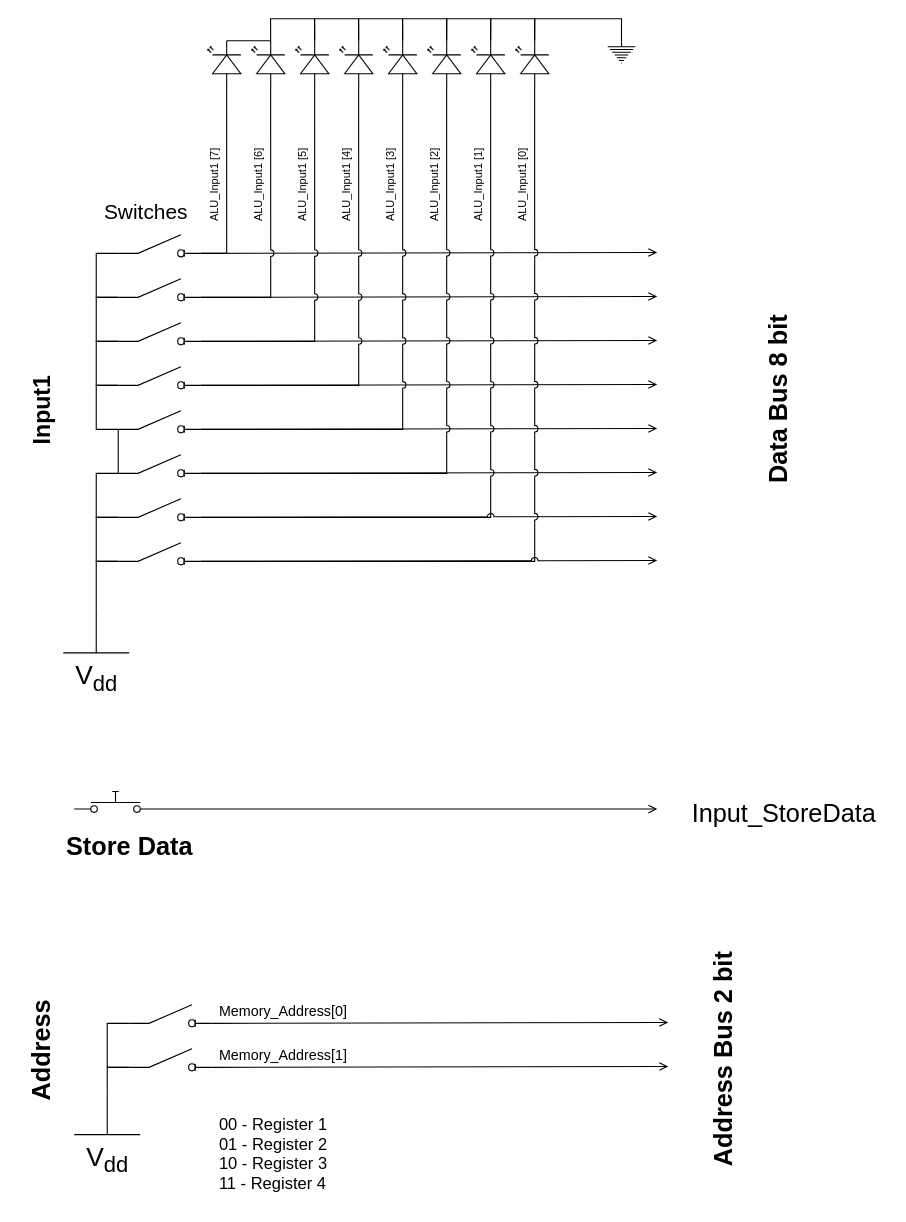
Above: page "Input" (4 of 5) of 01_InitialDesign/BasicDesign.drawio in Vichu95/Basic_CPU_FPGA (draw.io), before the change. Source tidied: cells renumbered, new cells numbered last; positions are measured from the earlier drawing's top-left corner, leaving out a move shared by most shapes. Both pictures are drawn from the tidied source at 110%, with x=0, y=0 at pixel (-25, -107).
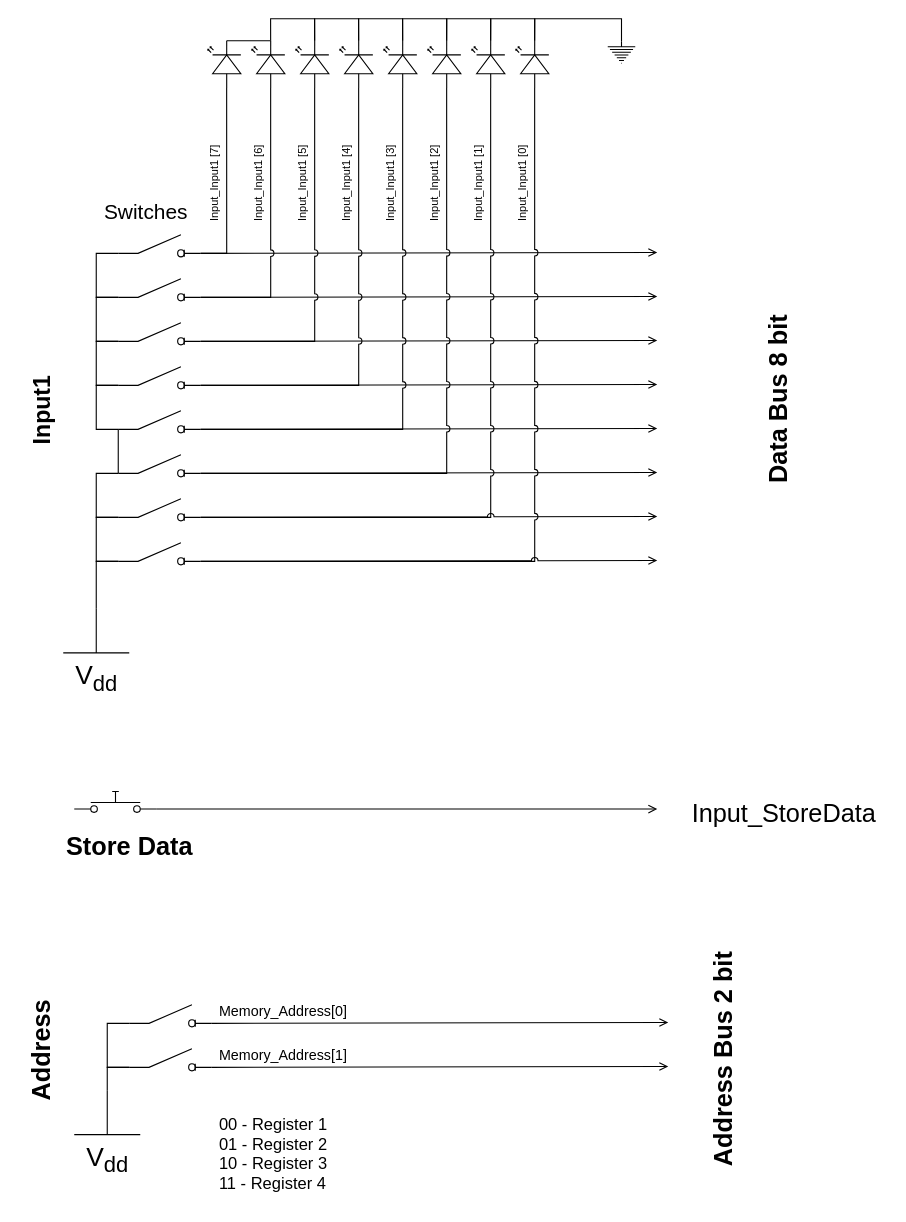
The same page after the edit.

Diff of the diagram source:
```diff
@@
-    <mxCell id="54" value="&lt;font style=&quot;font-size: 10px;&quot;&gt;ALU_Input1 [7]&lt;/font&gt;" style="text;whiteSpace=wrap;html=1;fontSize=15;fontFamily=Helvetica;fontColor=default;rotation=270;" parent="1" vertex="1">
+    <mxCell id="54" value="&lt;font style=&quot;font-size: 10px;&quot;&gt;Input_Input1 [7]&lt;/font&gt;" style="text;whiteSpace=wrap;html=1;fontSize=15;fontFamily=Helvetica;fontColor=default;rotation=270;" parent="1" vertex="1">
       <mxGeometry x="180" y="240" width="80" height="40" as="geometry" />
     </mxCell>
-    <mxCell id="55" value="&lt;font style=&quot;font-size: 10px;&quot;&gt;ALU_Input1 [6]&lt;/font&gt;" style="text;whiteSpace=wrap;html=1;fontSize=15;fontFamily=Helvetica;fontColor=default;rotation=270;" parent="1" vertex="1">
+    <mxCell id="55" value="&lt;font style=&quot;font-size: 10px;&quot;&gt;Input_Input1 [6]&lt;/font&gt;" style="text;whiteSpace=wrap;html=1;fontSize=15;fontFamily=Helvetica;fontColor=default;rotation=270;" parent="1" vertex="1">
       <mxGeometry x="220" y="240" width="80" height="40" as="geometry" />
     </mxCell>
-    <mxCell id="56" value="&lt;font style=&quot;font-size: 10px;&quot;&gt;ALU_Input1 [5]&lt;/font&gt;" style="text;whiteSpace=wrap;html=1;fontSize=15;fontFamily=Helvetica;fontColor=default;rotation=270;" parent="1" vertex="1">
+    <mxCell id="56" value="&lt;font style=&quot;font-size: 10px;&quot;&gt;Input_Input1 [5]&lt;/font&gt;" style="text;whiteSpace=wrap;html=1;fontSize=15;fontFamily=Helvetica;fontColor=default;rotation=270;" parent="1" vertex="1">
       <mxGeometry x="260" y="240" width="80" height="40" as="geometry" />
     </mxCell>
-    <mxCell id="57" value="&lt;font style=&quot;font-size: 10px;&quot;&gt;ALU_Input1 [4]&lt;/font&gt;" style="text;whiteSpace=wrap;html=1;fontSize=15;fontFamily=Helvetica;fontColor=default;rotation=270;" parent="1" vertex="1">
+    <mxCell id="57" value="&lt;font style=&quot;font-size: 10px;&quot;&gt;Input_Input1 [4]&lt;/font&gt;" style="text;whiteSpace=wrap;html=1;fontSize=15;fontFamily=Helvetica;fontColor=default;rotation=270;" parent="1" vertex="1">
       <mxGeometry x="300" y="240" width="80" height="40" as="geometry" />
     </mxCell>
-    <mxCell id="58" value="&lt;font style=&quot;font-size: 10px;&quot;&gt;ALU_Input1 [1]&lt;/font&gt;" style="text;whiteSpace=wrap;html=1;fontSize=15;fontFamily=Helvetica;fontColor=default;rotation=270;" parent="1" vertex="1">
+    <mxCell id="58" value="&lt;font style=&quot;font-size: 10px;&quot;&gt;Input_Input1 [1]&lt;/font&gt;" style="text;whiteSpace=wrap;html=1;fontSize=15;fontFamily=Helvetica;fontColor=default;rotation=270;" parent="1" vertex="1">
       <mxGeometry x="420" y="240" width="80" height="40" as="geometry" />
     </mxCell>
-    <mxCell id="59" value="&lt;font style=&quot;font-size: 10px;&quot;&gt;ALU_Input1 [0]&lt;/font&gt;" style="text;whiteSpace=wrap;html=1;fontSize=15;fontFamily=Helvetica;fontColor=default;rotation=270;" parent="1" vertex="1">
+    <mxCell id="59" value="&lt;font style=&quot;font-size: 10px;&quot;&gt;Input_Input1 [0]&lt;/font&gt;" style="text;whiteSpace=wrap;html=1;fontSize=15;fontFamily=Helvetica;fontColor=default;rotation=270;" parent="1" vertex="1">
       <mxGeometry x="460" y="240" width="80" height="40" as="geometry" />
     </mxCell>
-    <mxCell id="60" value="&lt;font style=&quot;font-size: 10px;&quot;&gt;ALU_Input1 [3]&lt;/font&gt;" style="text;whiteSpace=wrap;html=1;fontSize=15;fontFamily=Helvetica;fontColor=default;rotation=270;" parent="1" vertex="1">
+    <mxCell id="60" value="&lt;font style=&quot;font-size: 10px;&quot;&gt;Input_Input1 [3]&lt;/font&gt;" style="text;whiteSpace=wrap;html=1;fontSize=15;fontFamily=Helvetica;fontColor=default;rotation=270;" parent="1" vertex="1">
       <mxGeometry x="340" y="240" width="80" height="40" as="geometry" />
     </mxCell>
-    <mxCell id="61" value="&lt;font style=&quot;font-size: 10px;&quot;&gt;ALU_Input1 [2]&lt;/font&gt;" style="text;whiteSpace=wrap;html=1;fontSize=15;fontFamily=Helvetica;fontColor=default;rotation=270;" parent="1" vertex="1">
+    <mxCell id="61" value="&lt;font style=&quot;font-size: 10px;&quot;&gt;Input_Input1 [2]&lt;/font&gt;" style="text;whiteSpace=wrap;html=1;fontSize=15;fontFamily=Helvetica;fontColor=default;rotation=270;" parent="1" vertex="1">
       <mxGeometry x="380" y="240" width="80" height="40" as="geometry" />
     </mxCell>
```
